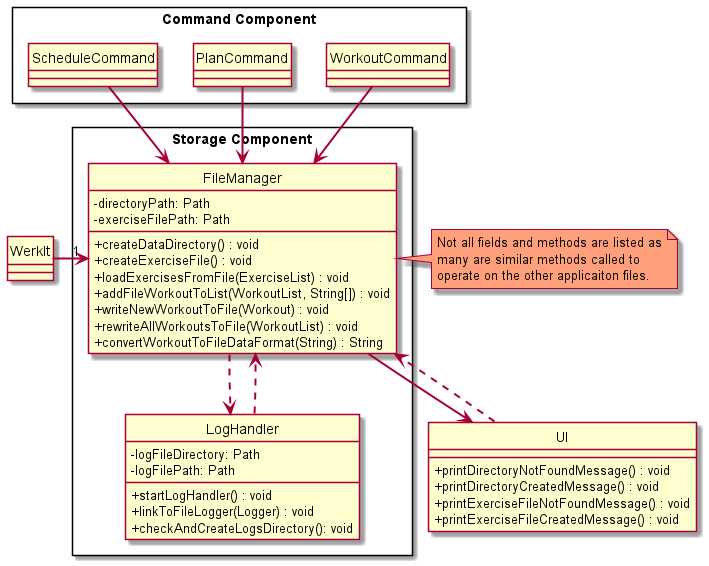
This is docs/uml/classDiagrams/images/StorageComponent.png from nus-cs2113-AY2122S2/tp, a PlantUML export, as it was before one commit.
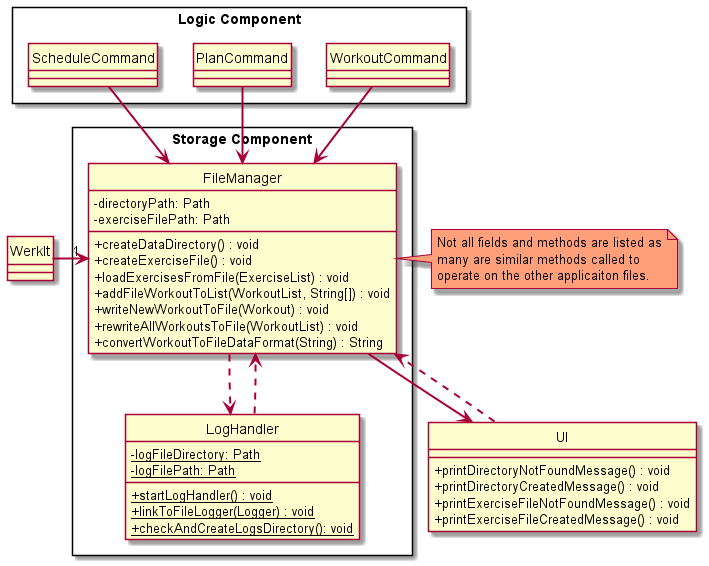
The same diagram one commit later.

Commit message:
Update 'Command Component' to 'Logic Component' in StorageComponent.puml and its image

The edit, as a diff of the source:
```diff
@@ -9,16 +9,42 @@
 
 hide circle
 
-class UI
+class UI {
+    + printDirectoryNotFoundMessage() : void
+    + printDirectoryCreatedMessage() : void
+    + printExerciseFileNotFoundMessage() : void
+    + printExerciseFileCreatedMessage() : void
+}
+
 class WerkIt
-package "Command Component" <<rectangle>> {
+
+package "Logic Component" <<rectangle>> {
     class WorkoutCommand
     class PlanCommand
     class ScheduleCommand
 }
 package "Storage Component" <<rectangle>> {
-    class FileManager
-    class LogHandler
+    class FileManager {
+        - directoryPath: Path
+        - exerciseFilePath: Path
+
+        + createDataDirectory() : void
+        + createExerciseFile() : void
+        + loadExercisesFromFile(ExerciseList) : void
+        + addFileWorkoutToList(WorkoutList, String[]) : void
+        + writeNewWorkoutToFile(Workout) : void
+        + rewriteAllWorkoutsToFile(WorkoutList) : void
+        + convertWorkoutToFileDataFormat(String) : String
+    }
+
+    class LogHandler {
+        - {static} logFileDirectory: Path
+        - {static} logFilePath: Path
+
+        + {static} startLogHandler() : void
+        + {static} linkToFileLogger(Logger) : void
+        + {static} checkAndCreateLogsDirectory(): void
+    }
 }
 
 
@@ -35,38 +61,6 @@
 PlanCommand --> FileManager
 ScheduleCommand --> FileManager
 
-
-FileManager : - directoryPath: Path
-FileManager : - exerciseFilePath: Path
-
-FileManager : + createDataDirectory() : void
-
-FileManager : + createExerciseFile() : void
-FileManager : + loadExercisesFromFile(ExerciseList) : void
-
-FileManager : + addFileWorkoutToList(WorkoutList, String[]) : void
-
-FileManager : + writeNewWorkoutToFile(Workout) : void
-FileManager : + rewriteAllWorkoutsToFile(WorkoutList) : void
-
-FileManager : + convertWorkoutToFileDataFormat(String) : String
-
 note right of FileManager #LightSalmon : Not all fields and methods are listed as\nmany are similar methods called to\noperate on the other applicaiton files.
 
-
-LogHandler : - logFileDirectory: Path
-LogHandler : - logFilePath: Path
-
-LogHandler : + startLogHandler() : void
-LogHandler : + linkToFileLogger(Logger) : void
-LogHandler : + checkAndCreateLogsDirectory(): void
-
-
-UI : + printDirectoryNotFoundMessage() : void
-UI : + printDirectoryCreatedMessage() : void
-
-UI : + printExerciseFileNotFoundMessage() : void
-UI : + printExerciseFileCreatedMessage() : void
-
-
 @enduml
```
